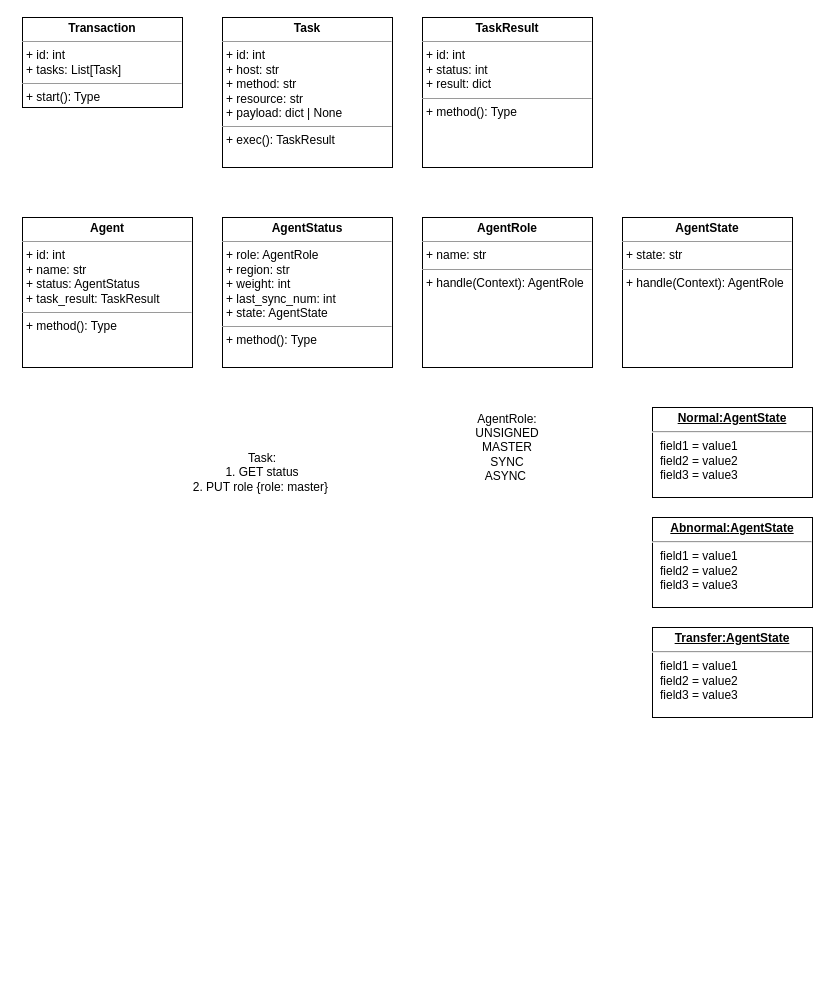
Earlier version of the draw.io diagram doc/etcd.drawio (zhiyong-lv/document). Source tidied: cells renumbered, new cells numbered last; positions are measured from the earlier drawing's top-left corner, leaving out a move shared by most shapes. Both pictures are drawn from the tidied source at 100%, with x=0, y=0 at pixel (22, 17).
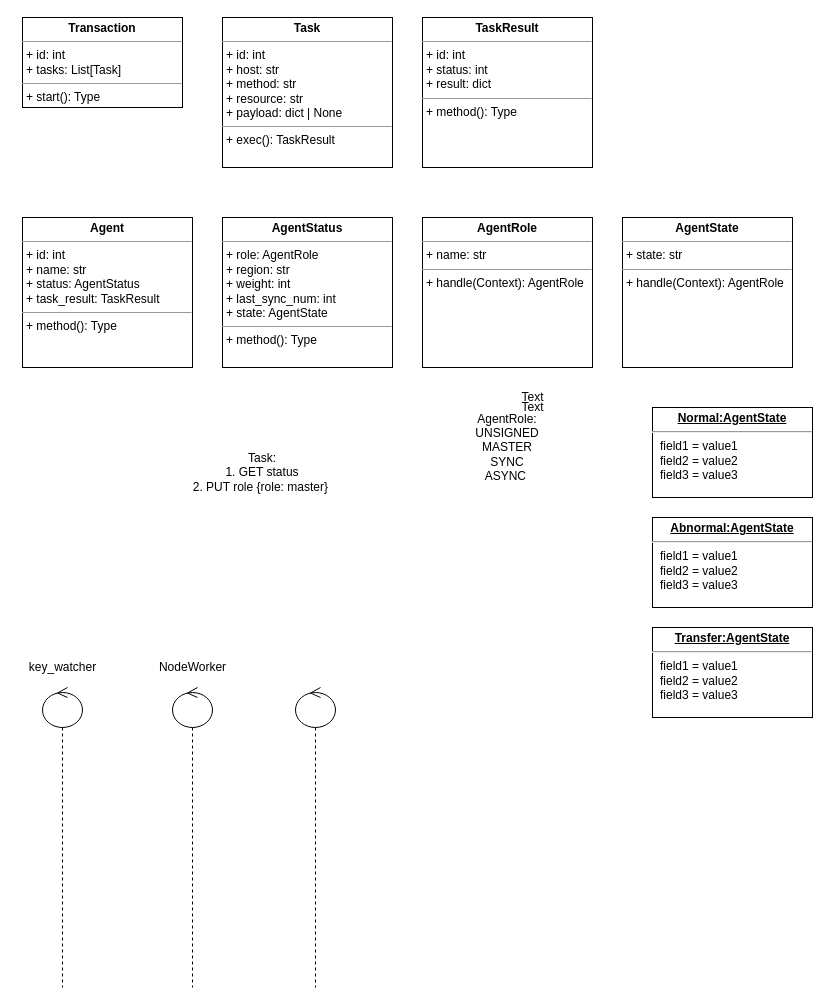
After the change.

Diff of the diagram source:
```diff
@@
+    <mxCell id="14" value="Text" style="text;html=1;align=center;verticalAlign=middle;fillColor=none;strokeColor=none;rounded=0;" parent="1" vertex="1">
+      <mxGeometry x="485" y="365" width="50" height="30" as="geometry" />
+    </mxCell>
+    <mxCell id="15" value="Text" style="text;html=1;align=center;verticalAlign=middle;fillColor=none;strokeColor=none;rounded=0;" parent="1" vertex="1">
+      <mxGeometry x="485" y="375" width="50" height="30" as="geometry" />
+    </mxCell>
+    <mxCell id="16" style="shape=umlLifeline;participant=umlControl;perimeter=lifelinePerimeter;whiteSpace=wrap;html=1;verticalAlign=top;spacingTop=36;" parent="1" vertex="1">
+      <mxGeometry x="20" y="670" width="40" height="300" as="geometry" />
+    </mxCell>
+    <mxCell id="17" value="key_watcher" style="text;html=1;align=center;verticalAlign=middle;strokeColor=none;fillColor=none;" parent="1" vertex="1">
+      <mxGeometry x="-5" y="635" width="90" height="30" as="geometry" />
+    </mxCell>
+    <mxCell id="18" style="shape=umlLifeline;participant=umlControl;perimeter=lifelinePerimeter;whiteSpace=wrap;html=1;verticalAlign=top;spacingTop=36;" parent="1" vertex="1">
+      <mxGeometry x="150" y="670" width="40" height="300" as="geometry" />
+    </mxCell>
+    <mxCell id="19" value="NodeWorker" style="text;html=1;align=center;verticalAlign=middle;strokeColor=none;fillColor=none;" parent="1" vertex="1">
+      <mxGeometry x="125" y="635" width="90" height="30" as="geometry" />
+    </mxCell>
+    <mxCell id="20" style="shape=umlLifeline;participant=umlControl;perimeter=lifelinePerimeter;whiteSpace=wrap;html=1;verticalAlign=top;spacingTop=36;" parent="1" vertex="1">
+      <mxGeometry x="273" y="670" width="40" height="300" as="geometry" />
+    </mxCell>
```
